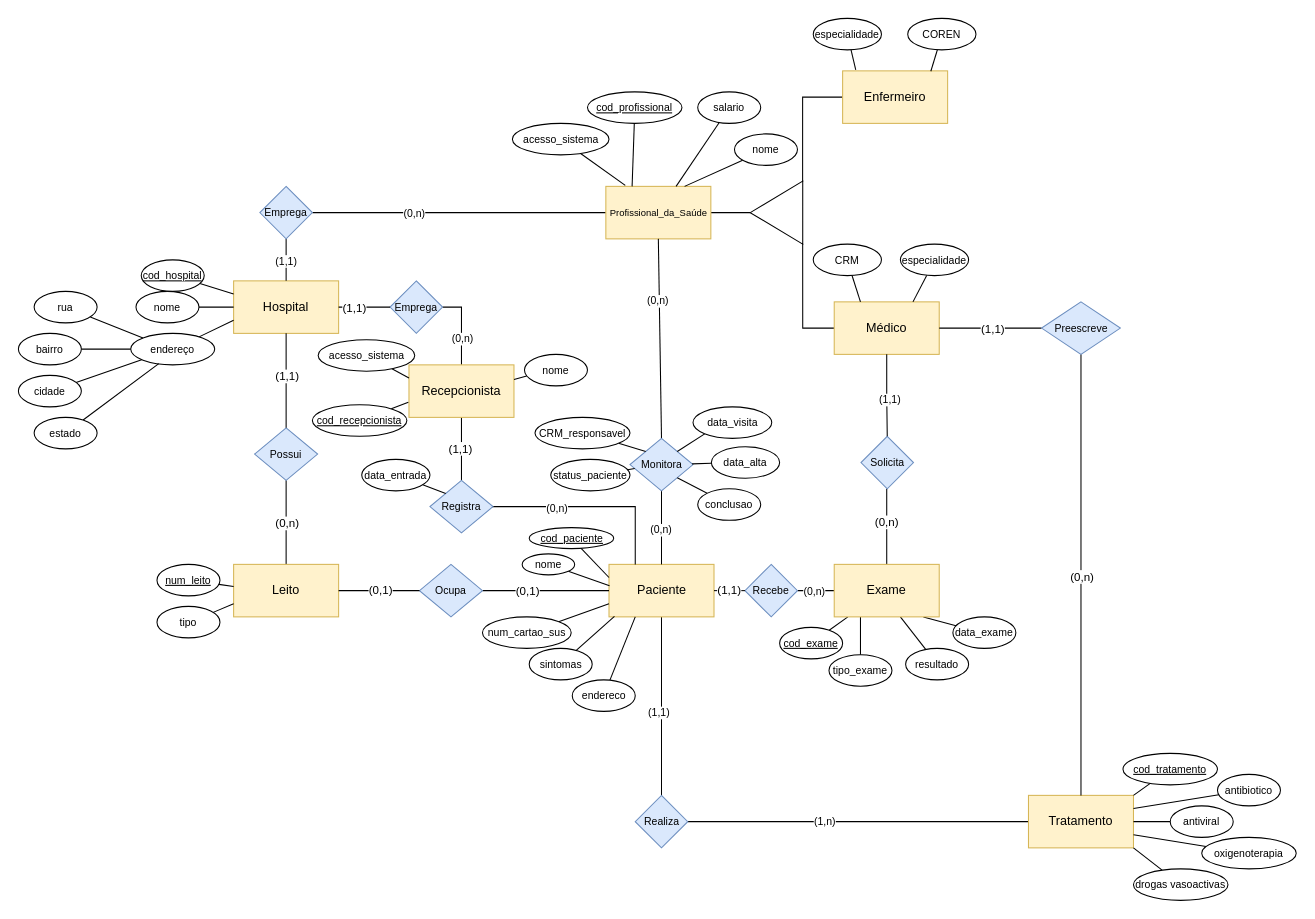
This is Projeto Milestones 3 – Observatório da SARS – COV-2.drawio from renanreyc/projeto-banco-de-dados-relacional, a draw.io file, before an edit. Source tidied: cells renumbered, new cells numbered last; positions are measured from the earlier drawing's top-left corner, leaving out a move shared by most shapes. Both pictures are drawn from the tidied source at 105%, with x=0, y=0 at pixel (18, 18).
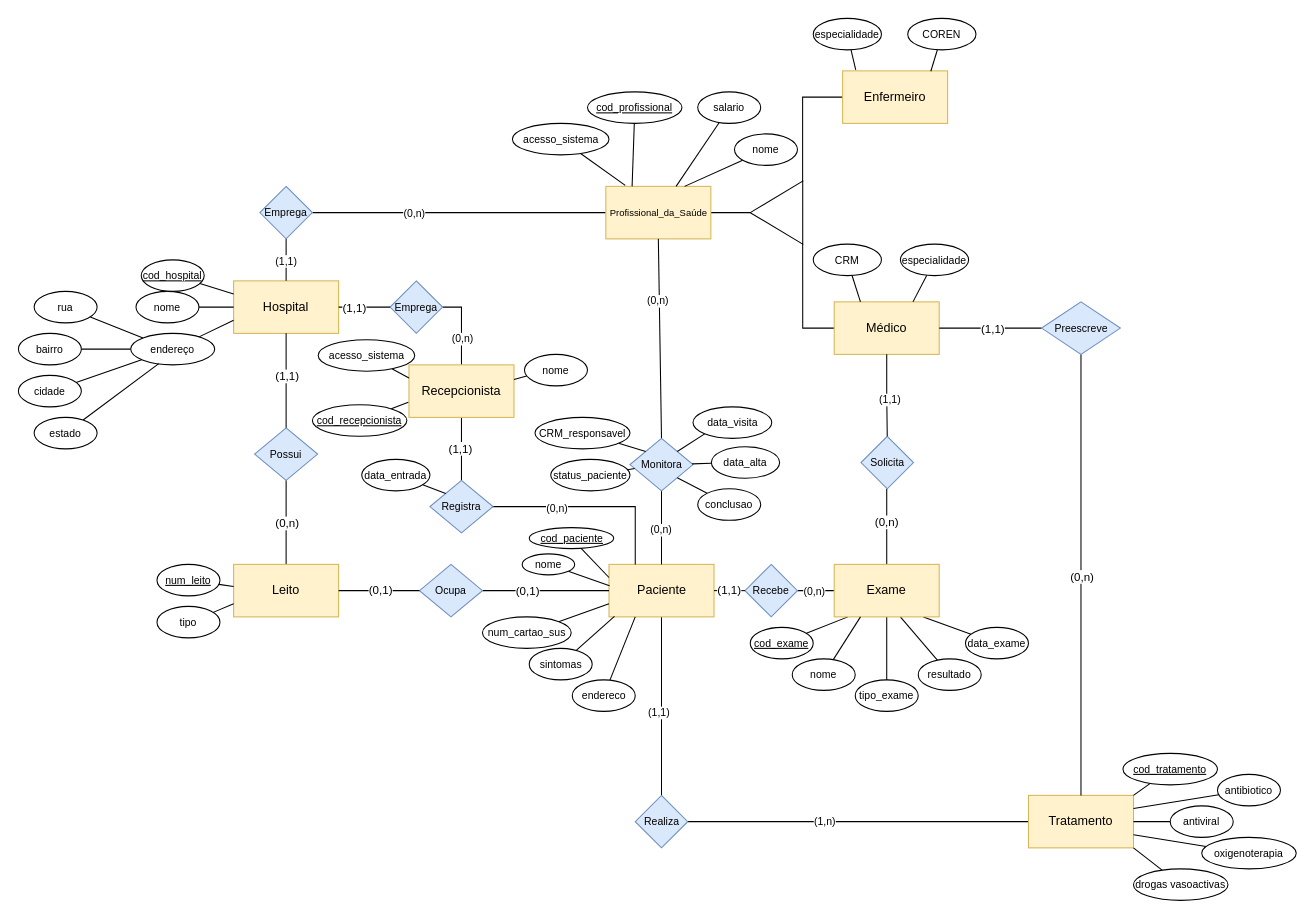
The same diagram, later.

Unchanged cells that the change refers to:
```xml
<mxCell id="123" value="Exame" style="rounded=0;whiteSpace=wrap;html=1;fillColor=#fff2cc;strokeColor=#d6b656;" parent="1" vertex="1">
  <mxGeometry x="777" y="520" width="100" height="50" as="geometry" />
</mxCell>
```

Diff of the diagram source:
```diff
@@
-    <mxCell id="56" style="edgeStyle=none;rounded=0;jettySize=auto;html=1;entryX=0.25;entryY=1;entryDx=0;entryDy=0;fontSize=10;endArrow=none;endFill=0;exitX=0.5;exitY=0;exitDx=0;exitDy=0;" parent="1" edge="1" source="57" target="123">
+    <mxCell id="56" style="edgeStyle=none;rounded=0;jettySize=auto;html=1;entryX=0.5;entryY=1;entryDx=0;entryDy=0;fontSize=10;endArrow=none;endFill=0;exitX=0.5;exitY=0;exitDx=0;exitDy=0;" parent="1" edge="1" source="57" target="123">
       <mxGeometry relative="1" as="geometry" />
     </mxCell>
     <mxCell id="57" value="&lt;font style=&quot;font-size: 10px&quot;&gt;tipo_exame&lt;/font&gt;" style="ellipse;whiteSpace=wrap;html=1;" parent="1" vertex="1">
-      <mxGeometry x="772" y="606" width="60" height="30" as="geometry" />
+      <mxGeometry x="797" y="630" width="60" height="30" as="geometry" />
     </mxCell>
@@
     <mxCell id="59" value="&lt;u&gt;&lt;font style=&quot;font-size: 10px&quot;&gt;cod_exame&lt;/font&gt;&lt;/u&gt;" style="ellipse;whiteSpace=wrap;html=1;" parent="1" vertex="1">
-      <mxGeometry x="725" y="580" width="60" height="30" as="geometry" />
+      <mxGeometry x="697" y="580" width="60" height="30" as="geometry" />
     </mxCell>
@@
     <mxCell id="61" value="&lt;font style=&quot;font-size: 10px&quot;&gt;resultado&lt;/font&gt;" style="ellipse;whiteSpace=wrap;html=1;" parent="1" vertex="1">
-      <mxGeometry x="845" y="600" width="60" height="30" as="geometry" />
+      <mxGeometry x="857" y="610" width="60" height="30" as="geometry" />
     </mxCell>
@@
     <mxCell id="77" value="&lt;font style=&quot;font-size: 10px&quot;&gt;data_exame&lt;/font&gt;" style="ellipse;whiteSpace=wrap;html=1;" parent="1" vertex="1">
-      <mxGeometry x="890" y="570" width="60" height="30" as="geometry" />
+      <mxGeometry x="902" y="580" width="60" height="30" as="geometry" />
     </mxCell>
@@
+    <mxCell id="148" style="rounded=0;jettySize=auto;html=1;entryX=0.25;entryY=1;entryDx=0;entryDy=0;endArrow=none;endFill=0;" parent="1" edge="1" source="149" target="123">
+      <mxGeometry relative="1" as="geometry" />
+    </mxCell>
+    <mxCell id="149" value="&lt;font style=&quot;font-size: 10px&quot;&gt;nome&lt;/font&gt;" style="ellipse;whiteSpace=wrap;html=1;" parent="1" vertex="1">
+      <mxGeometry x="737" y="610" width="60" height="30" as="geometry" />
+    </mxCell>
```
